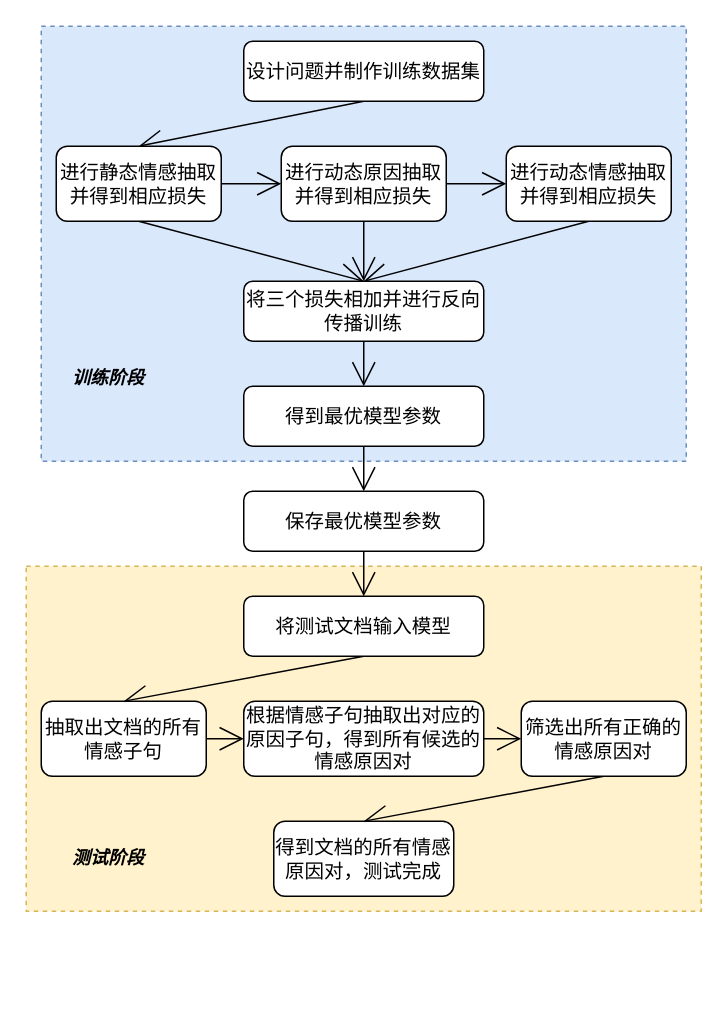
The draw.io diagram 流程图.drawio in zhoucz97/paper_figure, before the edit. Source tidied: cells renumbered, new cells numbered last; positions are measured from the earlier drawing's top-left corner, leaving out a move shared by most shapes. Both pictures are drawn from the tidied source at 150%, with x=0, y=0 at pixel (26, 26).
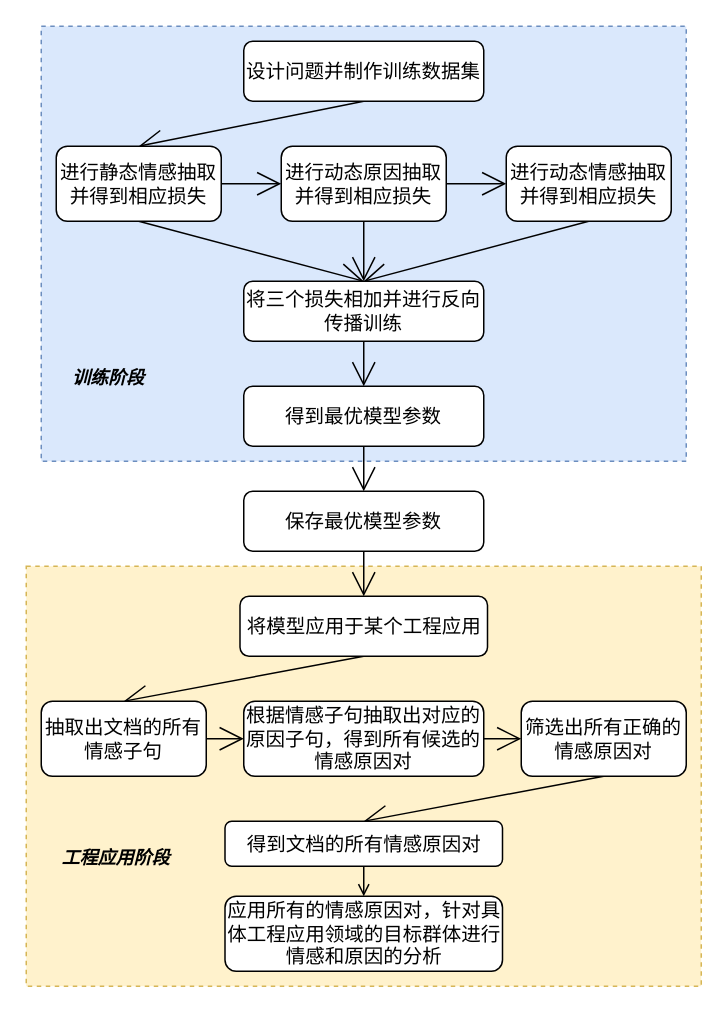
The same page after the edit.

Change to the diagram source:
```diff
@@
     <mxCell id="2" style="rounded=0;whiteSpace=wrap;html=1;hachureGap=4;dashed=1;fillColor=#fff2cc;strokeColor=#d6b656;" parent="1" vertex="1">
-      <mxGeometry y="360" width="450" height="230" as="geometry" />
+      <mxGeometry y="360" width="450" height="280" as="geometry" />
     </mxCell>
@@
-    <mxCell id="21" value="&lt;span style=&quot;font-size: 13px&quot;&gt;将测试文档输入模型&lt;/span&gt;" style="rounded=1;whiteSpace=wrap;html=1;hachureGap=4;" parent="1" vertex="1">
-      <mxGeometry x="145" y="380" width="160" height="40" as="geometry" />
+    <mxCell id="21" value="&lt;span style=&quot;font-size: 13px&quot;&gt;将模型应用于某个工程应用&lt;/span&gt;" style="rounded=1;whiteSpace=wrap;html=1;hachureGap=4;" parent="1" vertex="1">
+      <mxGeometry x="142.5" y="380" width="165" height="40" as="geometry" />
     </mxCell>
@@
+    <mxCell id="31" style="edgeStyle=none;jettySize=auto;html=1;endArrow=open;endFill=0;targetPerimeterSpacing=0;curved=1;" parent="1" edge="1" source="28" target="32">
+      <mxGeometry relative="1" as="geometry" />
+    </mxCell>
-    <mxCell id="28" value="&lt;span style=&quot;font-size: 13px&quot;&gt;得到文档的所有情感原因对，测试完成&lt;/span&gt;" style="rounded=1;whiteSpace=wrap;html=1;hachureGap=4;" parent="1" vertex="1">
-      <mxGeometry x="165" y="530" width="120" height="50" as="geometry" />
+    <mxCell id="28" value="&lt;span style=&quot;font-size: 13px&quot;&gt;得到文档的所有情感原因对&lt;/span&gt;" style="rounded=1;whiteSpace=wrap;html=1;hachureGap=4;" parent="1" vertex="1">
+      <mxGeometry x="132.5" y="530" width="185" height="30" as="geometry" />
     </mxCell>
@@
-    <mxCell id="30" value="&lt;b&gt;&lt;i&gt;测试阶段&lt;/i&gt;&lt;/b&gt;" style="text;html=1;strokeColor=none;fillColor=none;align=center;verticalAlign=middle;whiteSpace=wrap;rounded=0;dashed=1;hachureGap=4;" parent="1" vertex="1">
-      <mxGeometry x="20" y="540" width="70" height="30" as="geometry" />
+    <mxCell id="30" value="&lt;b&gt;&lt;i&gt;工程应用阶段&lt;/i&gt;&lt;/b&gt;" style="text;html=1;strokeColor=none;fillColor=none;align=center;verticalAlign=middle;whiteSpace=wrap;rounded=0;dashed=1;hachureGap=4;" parent="1" vertex="1">
+      <mxGeometry x="20" y="540" width="80" height="30" as="geometry" />
     </mxCell>
+    <mxCell id="32" value="&lt;span style=&quot;font-size: 13px&quot;&gt;应用所有的情感原因对，针对具体工程应用领域的目标群体进行情感和原因的分析&lt;/span&gt;" style="rounded=1;whiteSpace=wrap;html=1;hachureGap=4;" parent="1" vertex="1">
+      <mxGeometry x="132.5" y="580" width="185" height="50" as="geometry" />
+    </mxCell>
```
